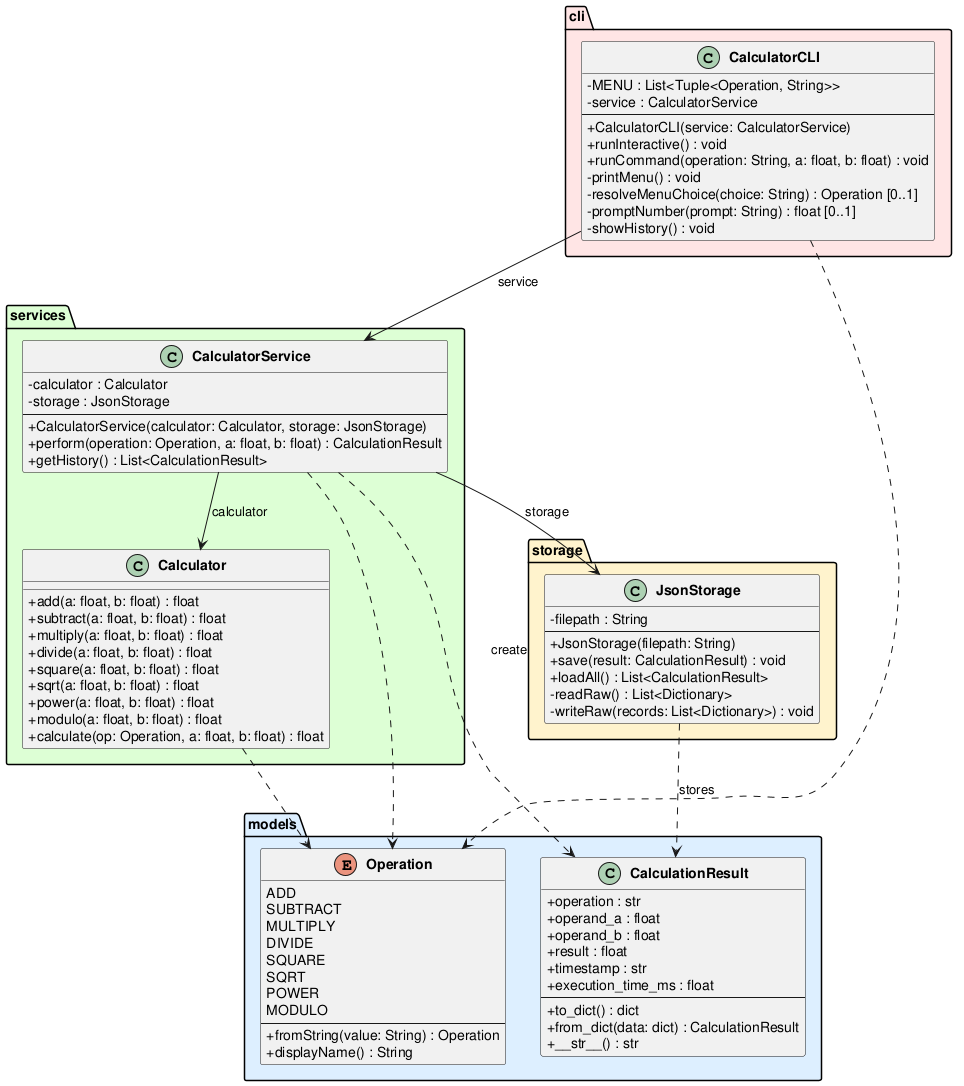
Above: experiments/broadcast/user_stories/calculator/artifacts/class_diagram.png in DanielRiha8906/Software_autoevolution_using_agents (PlantUML), before the change. Its source is kept beside it as experiments/broadcast/user_stories/calculator/artifacts/class_diagram.puml. The source it was exported from:
```plantuml
@startuml class_diagram

skinparam classAttributeIconSize 0
skinparam classFontStyle bold

package "models" #DDEEFF {
    enum Operation {
        ADD
        SUBTRACT
        MULTIPLY
        DIVIDE
        SQUARE
        SQRT
        POWER
        MODULO
        --
        +fromString(value: String) : Operation
        +displayName() : String
    }

    class CalculationResult {
        +operation : str
        +operand_a : float
        +operand_b : float
        +result : float
        +timestamp : str
        +execution_time_ms : float
        --
        +to_dict() : dict
        +from_dict(data: dict) : CalculationResult
        +__str__() : str
    }
}

package "services" #DDFFD4 {
    class Calculator {
        +add(a: float, b: float) : float
        +subtract(a: float, b: float) : float
        +multiply(a: float, b: float) : float
        +divide(a: float, b: float) : float
        +square(a: float, b: float) : float
        +sqrt(a: float, b: float) : float
        +power(a: float, b: float) : float
        +modulo(a: float, b: float) : float
        +calculate(op: Operation, a: float, b: float) : float
    }

    class CalculatorService {
        -calculator : Calculator
        -storage : JsonStorage
        --
        +CalculatorService(calculator: Calculator, storage: JsonStorage)
        +perform(operation: Operation, a: float, b: float) : CalculationResult
        +getHistory() : List<CalculationResult>
    }
}

package "storage" #FFF3CC {
    class JsonStorage {
        -filepath : String
        --
        +JsonStorage(filepath: String)
        +save(result: CalculationResult) : void
        +loadAll() : List<CalculationResult>
        -readRaw() : List<Dictionary>
        -writeRaw(records: List<Dictionary>) : void
    }
}

package "cli" #FFE5E5 {
    class CalculatorCLI {
        -MENU : List<Tuple<Operation, String>>
        -service : CalculatorService
        --
        +CalculatorCLI(service: CalculatorService)
        +runInteractive() : void
        +runCommand(operation: String, a: float, b: float) : void
        -printMenu() : void
        -resolveMenuChoice(choice: String) : Operation [0..1]
        -promptNumber(prompt: String) : float [0..1]
        -showHistory() : void
    }
}

CalculatorCLI --> CalculatorService : service
CalculatorService --> Calculator : calculator
CalculatorService --> JsonStorage : storage

CalculatorService ..> CalculationResult : create
CalculatorService ..> Operation
CalculatorCLI ..> Operation
Calculator ..> Operation
JsonStorage ..> CalculationResult : stores

@enduml
```
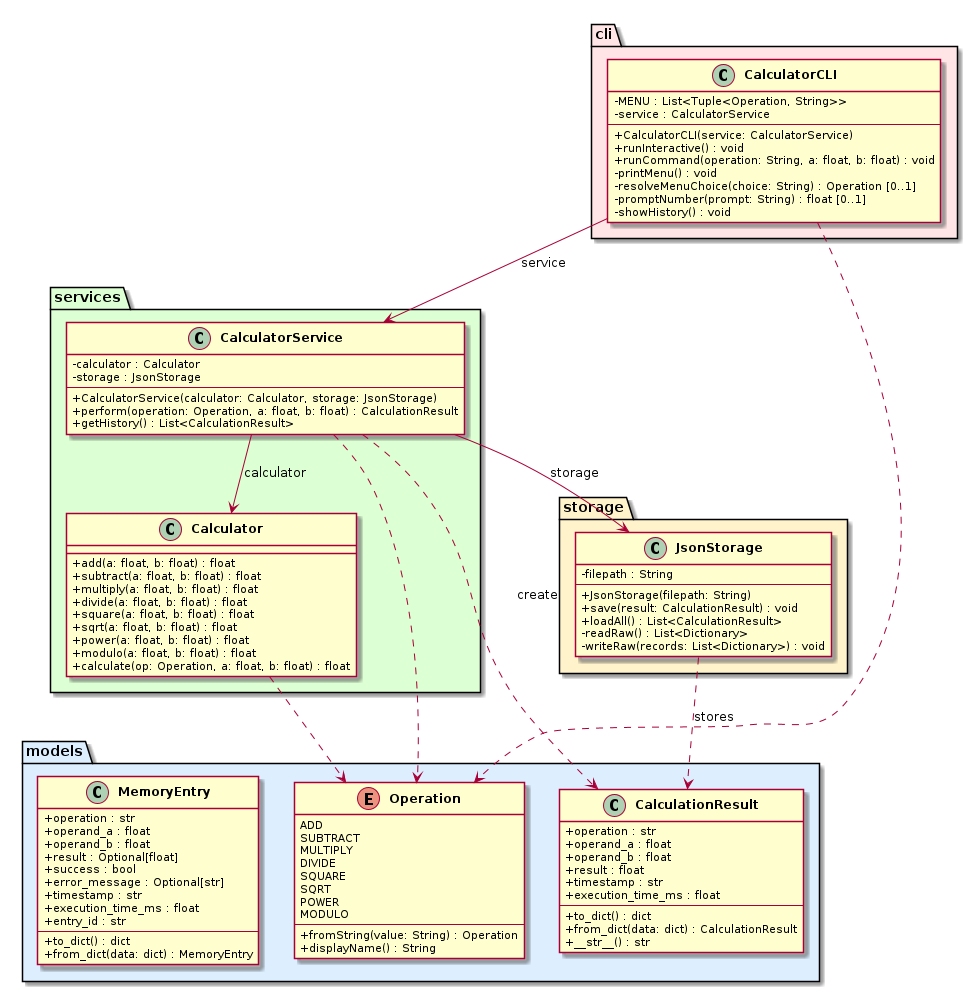
After the commit.

Commit message:
task 03: Create MemoryEntry class for history management

The edit, as a diff of the source:
```diff
@@ -29,6 +29,21 @@
         +to_dict() : dict
         +from_dict(data: dict) : CalculationResult
         +__str__() : str
+    }
+
+    class MemoryEntry {
+        +operation : str
+        +operand_a : float
+        +operand_b : float
+        +result : Optional[float]
+        +success : bool
+        +error_message : Optional[str]
+        +timestamp : str
+        +execution_time_ms : float
+        +entry_id : str
+        --
+        +to_dict() : dict
+        +from_dict(data: dict) : MemoryEntry
     }
 }
 
```
